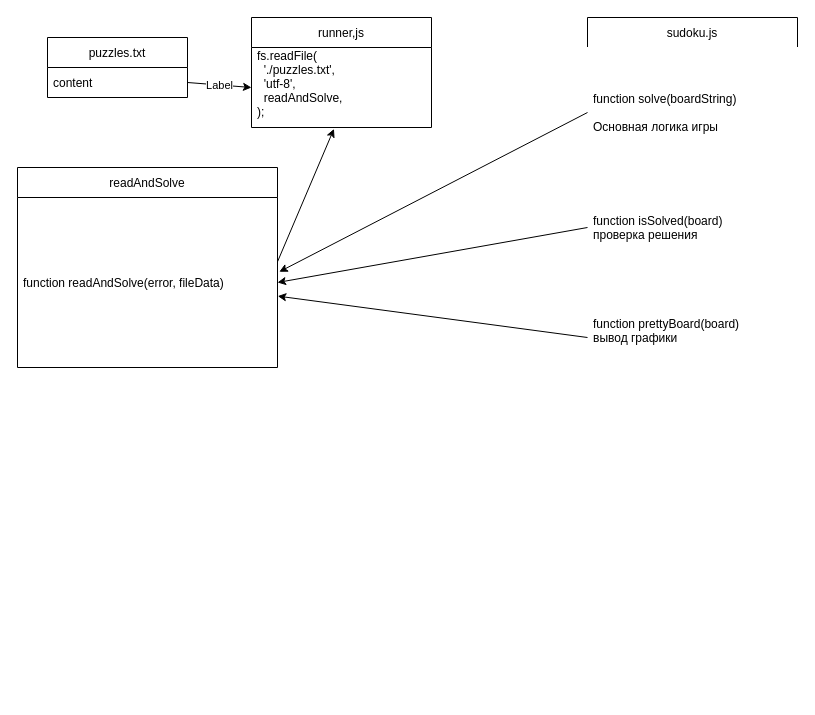
Earlier version of the draw.io diagram .drawio (AntipovSergey/sudoku). Source tidied: cells renumbered, new cells numbered last; positions are measured from the earlier drawing's top-left corner, leaving out a move shared by most shapes. Both pictures are drawn from the tidied source at 100%, with x=0, y=0 at pixel (17, 17).
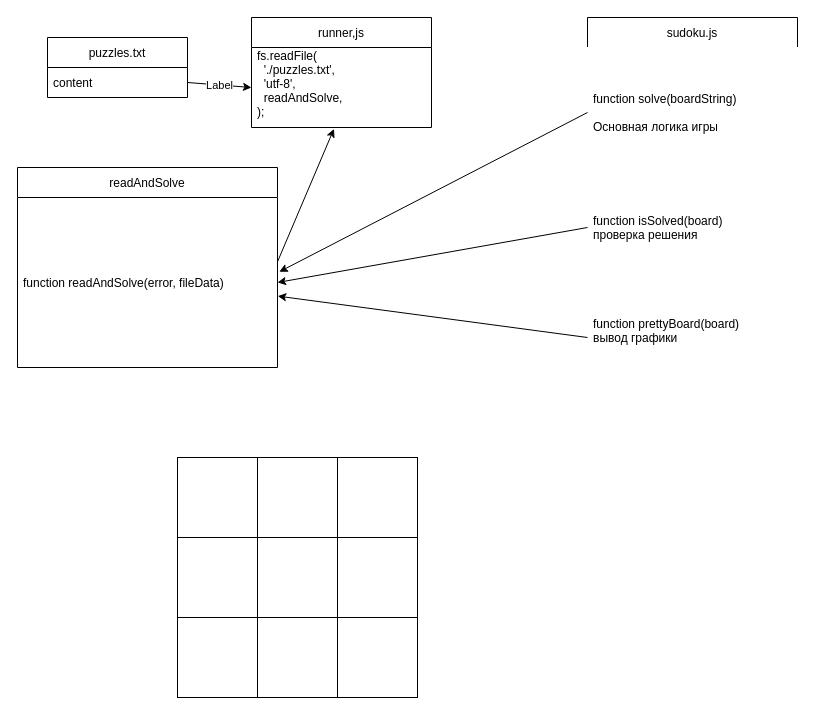
The same diagram, later.

Commit message (it also covers changes not shown here):
Function isSolve row

What changed in the source:
```diff
@@
+    <mxCell id="18" style="whiteSpace=wrap;html=1;" parent="1" vertex="1">
+      <mxGeometry x="160" y="440" width="80" height="80" as="geometry" />
+    </mxCell>
+    <mxCell id="19" style="whiteSpace=wrap;html=1;" parent="1" vertex="1">
+      <mxGeometry x="240" y="440" width="80" height="80" as="geometry" />
+    </mxCell>
+    <mxCell id="20" style="whiteSpace=wrap;html=1;" parent="1" vertex="1">
+      <mxGeometry x="320" y="440" width="80" height="80" as="geometry" />
+    </mxCell>
+    <mxCell id="21" style="whiteSpace=wrap;html=1;" parent="1" vertex="1">
+      <mxGeometry x="160" y="520" width="80" height="80" as="geometry" />
+    </mxCell>
+    <mxCell id="22" style="whiteSpace=wrap;html=1;" parent="1" vertex="1">
+      <mxGeometry x="240" y="520" width="80" height="80" as="geometry" />
+    </mxCell>
+    <mxCell id="23" style="whiteSpace=wrap;html=1;" parent="1" vertex="1">
+      <mxGeometry x="320" y="520" width="80" height="80" as="geometry" />
+    </mxCell>
+    <mxCell id="24" style="whiteSpace=wrap;html=1;" parent="1" vertex="1">
+      <mxGeometry x="160" y="600" width="80" height="80" as="geometry" />
+    </mxCell>
+    <mxCell id="25" style="whiteSpace=wrap;html=1;" parent="1" vertex="1">
+      <mxGeometry x="240" y="600" width="80" height="80" as="geometry" />
+    </mxCell>
+    <mxCell id="26" style="whiteSpace=wrap;html=1;" parent="1" vertex="1">
+      <mxGeometry x="320" y="600" width="80" height="80" as="geometry" />
+    </mxCell>
```
